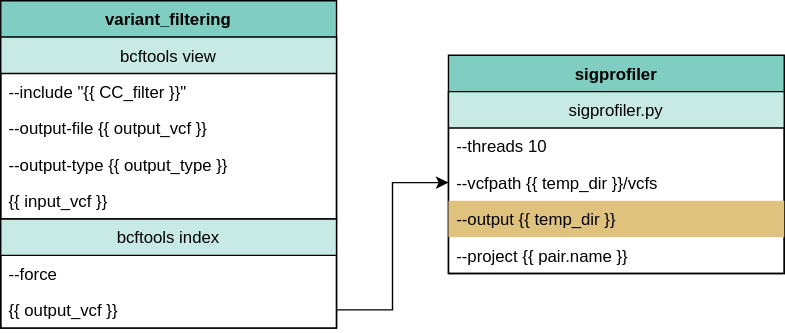
This is docs/source/phoenix/workflows/embed/Metrics_sigprofiler.svg from bryce-turner/tgen-jetstream-docs, a draw.io export, as it was before one commit. Source tidied: cells renumbered, new cells last; positions are measured from the earlier drawing's top-left corner, leaving out a move shared by most shapes.
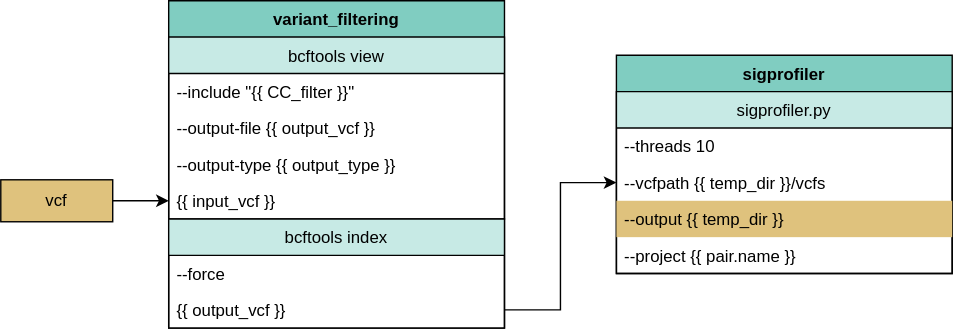
Above is the later version.

What changed in the source:
```diff
@@ -50,5 +50,11 @@
     <mxCell id="17" style="edgeStyle=orthogonalEdgeStyle;rounded=0;jettySize=auto;html=1;exitX=1;exitY=0.5;exitDx=0;exitDy=0;entryX=0;entryY=0.5;entryDx=0;entryDy=0;" parent="1" edge="1" source="16" target="5">
       <mxGeometry relative="1" as="geometry" />
     </mxCell>
+    <mxCell id="18" style="edgeStyle=orthogonalEdgeStyle;rounded=0;jettySize=auto;html=1;exitX=1;exitY=0.5;exitDx=0;exitDy=0;entryX=0;entryY=0.5;entryDx=0;entryDy=0;" parent="1" edge="1" source="19" target="13">
+      <mxGeometry relative="1" as="geometry" />
+    </mxCell>
+    <mxCell id="19" value="vcf" style="whiteSpace=wrap;html=1;fillColor=#dfc27d;" parent="1" vertex="1">
+      <mxGeometry x="-120" y="128" width="80" height="30" as="geometry" />
+    </mxCell>
   </root>
 </mxGraphModel>
```
